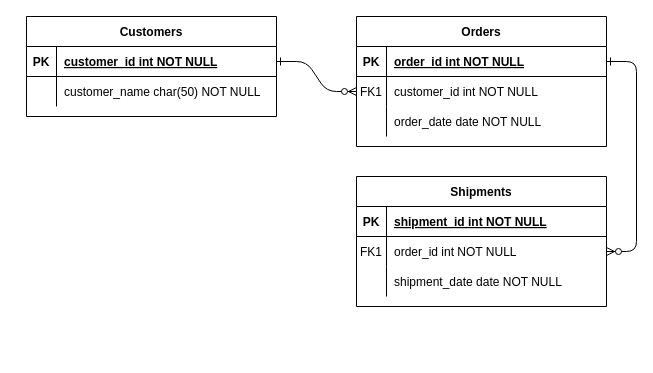
The draw.io diagram Vikartjeneste ER.drawio in SchatzerZD/SQLDatabase, before the edit. Source tidied: cells renumbered, new cells numbered last; positions are measured from the earlier drawing's top-left corner, leaving out a move shared by most shapes. Both pictures are drawn from the tidied source at 100%, with x=0, y=0 at pixel (26, 16).
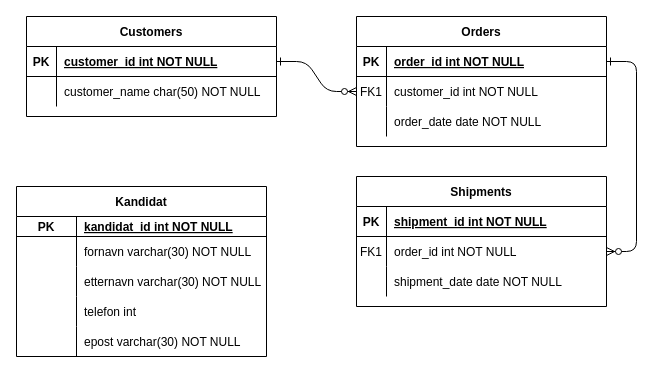
The same page after the edit.

The edit, as a diff of the source:
```diff
@@
+    <mxCell id="31" value="Kandidat" style="shape=table;startSize=30;childLayout=tableLayout;rowLines=0;fontStyle=1;align=center;" parent="1" vertex="1">
+      <mxGeometry x="-10" y="170" width="250" height="170" as="geometry" />
+    </mxCell>
+    <mxCell id="32" style="shape=tableRow;horizontal=0;startSize=0;swimlaneHead=0;swimlaneBody=0;fillColor=none;top=0;left=0;right=0;bottom=1;" parent="31" vertex="1">
+      <mxGeometry y="30" width="250" height="20" as="geometry" />
+    </mxCell>
+    <mxCell id="33" value="PK" style="shape=partialRectangle;fillColor=none;top=0;left=0;bottom=0;right=0;fontStyle=1;overflow=hidden;" parent="32" vertex="1">
+      <mxGeometry width="60" height="20" as="geometry" />
+    </mxCell>
+    <mxCell id="34" value="kandidat_id int NOT NULL" style="shape=partialRectangle;fillColor=none;top=0;left=0;bottom=0;right=0;align=left;spacingLeft=6;fontStyle=5;overflow=hidden;" parent="32" vertex="1">
+      <mxGeometry x="60" width="190" height="20" as="geometry" />
+    </mxCell>
+    <mxCell id="35" style="shape=tableRow;horizontal=0;startSize=0;swimlaneHead=0;swimlaneBody=0;fillColor=none;top=0;left=0;right=0;bottom=0;" parent="31" vertex="1">
+      <mxGeometry y="50" width="250" height="30" as="geometry" />
+    </mxCell>
+    <mxCell id="36" style="shape=partialRectangle;fillColor=none;top=0;left=0;bottom=0;right=0;overflow=hidden;" parent="35" vertex="1">
+      <mxGeometry width="60" height="30" as="geometry" />
+    </mxCell>
+    <mxCell id="37" value="fornavn varchar(30) NOT NULL" style="shape=partialRectangle;fillColor=none;top=0;left=0;bottom=0;right=0;align=left;spacingLeft=6;overflow=hidden;" parent="35" vertex="1">
+      <mxGeometry x="60" width="190" height="30" as="geometry" />
+    </mxCell>
+    <mxCell id="38" style="shape=tableRow;horizontal=0;startSize=0;swimlaneHead=0;swimlaneBody=0;fillColor=none;top=0;left=0;right=0;bottom=0;" parent="31" vertex="1">
+      <mxGeometry y="80" width="250" height="30" as="geometry" />
+    </mxCell>
+    <mxCell id="39" style="shape=partialRectangle;fillColor=none;top=0;left=0;bottom=0;right=0;overflow=hidden;" parent="38" vertex="1">
+      <mxGeometry width="60" height="30" as="geometry" />
+    </mxCell>
+    <mxCell id="40" value="etternavn varchar(30) NOT NULL" style="shape=partialRectangle;fillColor=none;top=0;left=0;bottom=0;right=0;align=left;spacingLeft=6;overflow=hidden;" parent="38" vertex="1">
+      <mxGeometry x="60" width="190" height="30" as="geometry" />
+    </mxCell>
+    <mxCell id="41" style="shape=tableRow;horizontal=0;startSize=0;swimlaneHead=0;swimlaneBody=0;fillColor=none;top=0;left=0;right=0;bottom=0;" parent="31" vertex="1">
+      <mxGeometry y="110" width="250" height="30" as="geometry" />
+    </mxCell>
+    <mxCell id="42" style="shape=partialRectangle;fillColor=none;top=0;left=0;bottom=0;right=0;overflow=hidden;" parent="41" vertex="1">
+      <mxGeometry width="60" height="30" as="geometry" />
+    </mxCell>
+    <mxCell id="43" value="telefon int" style="shape=partialRectangle;fillColor=none;top=0;left=0;bottom=0;right=0;align=left;spacingLeft=6;overflow=hidden;" parent="41" vertex="1">
+      <mxGeometry x="60" width="190" height="30" as="geometry" />
+    </mxCell>
+    <mxCell id="44" style="shape=tableRow;horizontal=0;startSize=0;swimlaneHead=0;swimlaneBody=0;fillColor=none;top=0;left=0;right=0;bottom=0;" parent="31" vertex="1">
+      <mxGeometry y="140" width="250" height="30" as="geometry" />
+    </mxCell>
+    <mxCell id="45" style="shape=partialRectangle;fillColor=none;top=0;left=0;bottom=0;right=0;overflow=hidden;" parent="44" vertex="1">
+      <mxGeometry width="60" height="30" as="geometry" />
+    </mxCell>
+    <mxCell id="46" value="epost varchar(30) NOT NULL" style="shape=partialRectangle;fillColor=none;top=0;left=0;bottom=0;right=0;align=left;spacingLeft=6;overflow=hidden;" parent="44" vertex="1">
+      <mxGeometry x="60" width="190" height="30" as="geometry" />
+    </mxCell>
+    <mxCell id="47" style="shape=tableRow;horizontal=0;startSize=0;swimlaneHead=0;swimlaneBody=0;fillColor=none;top=0;left=0;right=0;bottom=0;" parent="1" vertex="1">
+      <mxGeometry x="-10" y="280" width="180" height="30" as="geometry" />
+    </mxCell>
+    <mxCell id="48" style="shape=partialRectangle;fillColor=none;top=0;left=0;bottom=0;right=0;overflow=hidden;" parent="47" vertex="1">
+      <mxGeometry width="60" height="30" as="geometry" />
+    </mxCell>
+    <mxCell id="49" style="shape=tableRow;horizontal=0;startSize=0;swimlaneHead=0;swimlaneBody=0;fillColor=none;top=0;left=0;right=0;bottom=0;" parent="1" vertex="1">
+      <mxGeometry x="-10" y="310" width="250" height="30" as="geometry" />
+    </mxCell>
+    <mxCell id="50" style="shape=partialRectangle;fillColor=none;top=0;left=0;bottom=0;right=0;overflow=hidden;" parent="49" vertex="1">
+      <mxGeometry width="60" height="30" as="geometry" />
+    </mxCell>
```
